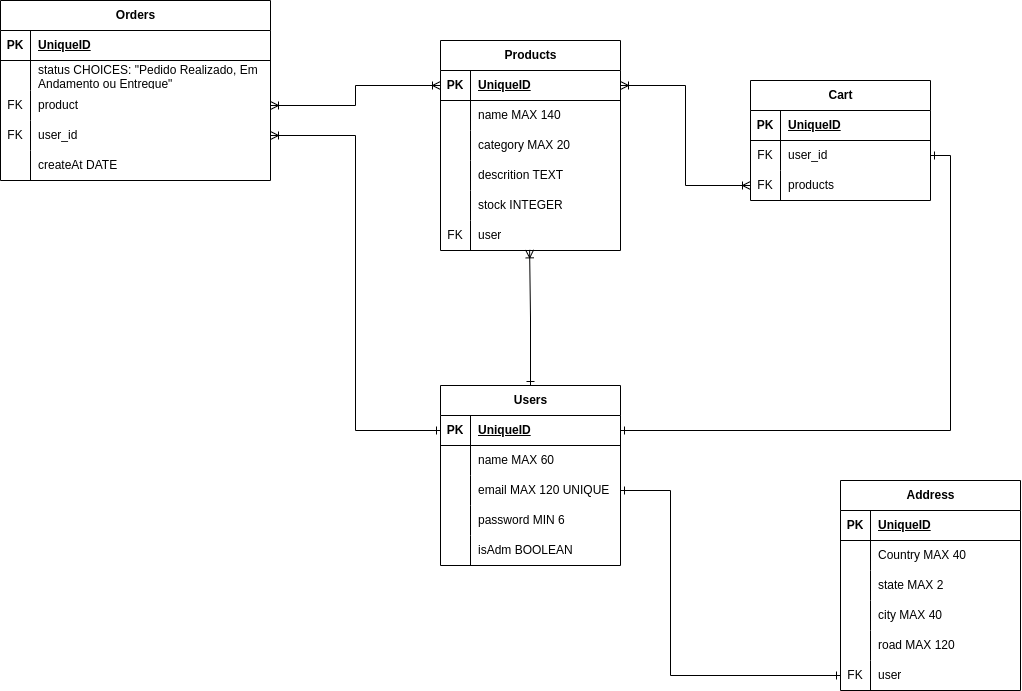
Earlier version of the draw.io export Kenzie_Commerce.png (KenzieCommerce-m5-g12/kc-project). Source tidied: cells renumbered, new cells last; positions are measured from the earlier drawing's top-left corner, leaving out a move shared by most shapes.
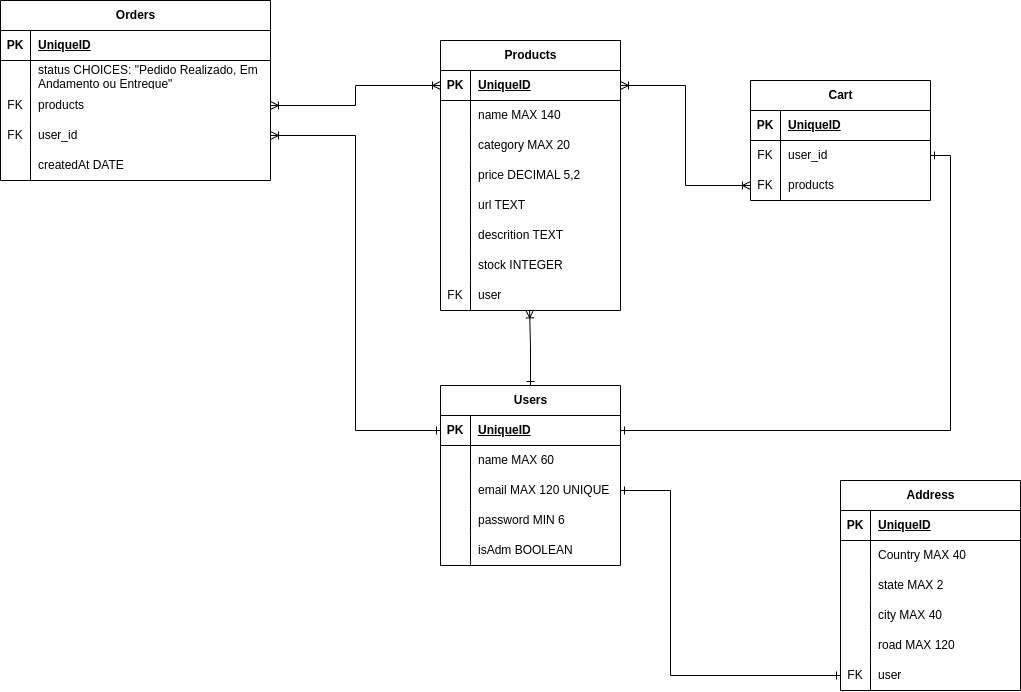
Later version of the same file.

Commit message:
feat: returns and requests

What changed in the source:
```diff
@@ -80,7 +80,7 @@
     <mxCell id="27" value="FK" style="shape=partialRectangle;fillColor=none;top=0;left=0;bottom=0;right=0;overflow=hidden;whiteSpace=wrap;html=1;" parent="26" vertex="1">
       <mxGeometry width="30" height="30" as="geometry" />
     </mxCell>
-    <mxCell id="28" value="product" style="shape=partialRectangle;fillColor=none;top=0;left=0;bottom=0;right=0;align=left;spacingLeft=6;overflow=hidden;whiteSpace=wrap;html=1;" parent="26" vertex="1">
+    <mxCell id="28" value="products" style="shape=partialRectangle;fillColor=none;top=0;left=0;bottom=0;right=0;align=left;spacingLeft=6;overflow=hidden;whiteSpace=wrap;html=1;" parent="26" vertex="1">
       <mxGeometry x="30" width="240" height="30" as="geometry" />
     </mxCell>
     <mxCell id="29" style="shape=tableRow;horizontal=0;startSize=0;swimlaneHead=0;swimlaneBody=0;fillColor=none;points=[[0,0.5],[1,0.5]];portConstraint=eastwest;top=0;left=0;right=0;bottom=0;" parent="19" vertex="1">
@@ -98,14 +98,14 @@
     <mxCell id="33" style="shape=partialRectangle;fillColor=none;top=0;left=0;bottom=0;right=0;overflow=hidden;whiteSpace=wrap;html=1;" parent="32" vertex="1">
       <mxGeometry width="30" height="30" as="geometry" />
     </mxCell>
-    <mxCell id="34" value="createAt DATE" style="shape=partialRectangle;fillColor=none;top=0;left=0;bottom=0;right=0;align=left;spacingLeft=6;overflow=hidden;whiteSpace=wrap;html=1;" parent="32" vertex="1">
+    <mxCell id="34" value="createdAt DATE" style="shape=partialRectangle;fillColor=none;top=0;left=0;bottom=0;right=0;align=left;spacingLeft=6;overflow=hidden;whiteSpace=wrap;html=1;" parent="32" vertex="1">
       <mxGeometry x="30" width="240" height="30" as="geometry" />
     </mxCell>
     <mxCell id="35" style="edgeStyle=orthogonalEdgeStyle;rounded=0;jettySize=auto;html=1;endArrow=ERone;endFill=0;startArrow=ERoneToMany;startFill=0;" parent="1" edge="1" source="29" target="4">
       <mxGeometry relative="1" as="geometry" />
     </mxCell>
     <mxCell id="36" value="Products" style="shape=table;startSize=30;rowLines=0;fontStyle=1;align=center;html=1;" parent="1" vertex="1">
-      <mxGeometry x="440" y="40" width="180" height="210" as="geometry" />
+      <mxGeometry x="440" y="40" width="180" height="270" as="geometry" />
     </mxCell>
     <mxCell id="37" style="shape=tableRow;horizontal=0;startSize=0;swimlaneHead=0;swimlaneBody=0;fillColor=none;points=[[0,0.5],[1,0.5]];portConstraint=eastwest;top=0;left=0;right=0;bottom=1;" parent="36" vertex="1">
       <mxGeometry y="30" width="180" height="30" as="geometry" />
@@ -134,8 +134,26 @@
     <mxCell id="45" value="category MAX 20" style="shape=partialRectangle;fillColor=none;top=0;left=0;bottom=0;right=0;align=left;spacingLeft=6;overflow=hidden;whiteSpace=wrap;html=1;" parent="43" vertex="1">
       <mxGeometry x="30" width="150" height="30" as="geometry" />
     </mxCell>
+    <mxCell id="88" style="shape=tableRow;horizontal=0;startSize=0;swimlaneHead=0;swimlaneBody=0;fillColor=none;top=0;left=0;right=0;bottom=0;" parent="36" vertex="1">
+      <mxGeometry y="120" width="180" height="30" as="geometry" />
+    </mxCell>
+    <mxCell id="89" style="shape=partialRectangle;fillColor=none;top=0;left=0;bottom=0;right=0;overflow=hidden;whiteSpace=wrap;html=1;" parent="88" vertex="1">
+      <mxGeometry width="30" height="30" as="geometry" />
+    </mxCell>
+    <mxCell id="90" value="price DECIMAL 5,2" style="shape=partialRectangle;fillColor=none;top=0;left=0;bottom=0;right=0;align=left;spacingLeft=6;overflow=hidden;whiteSpace=wrap;html=1;" parent="88" vertex="1">
+      <mxGeometry x="30" width="150" height="30" as="geometry" />
+    </mxCell>
+    <mxCell id="91" style="shape=tableRow;horizontal=0;startSize=0;swimlaneHead=0;swimlaneBody=0;fillColor=none;top=0;left=0;right=0;bottom=0;" parent="36" vertex="1">
+      <mxGeometry y="150" width="180" height="30" as="geometry" />
+    </mxCell>
+    <mxCell id="92" style="shape=partialRectangle;fillColor=none;top=0;left=0;bottom=0;right=0;overflow=hidden;whiteSpace=wrap;html=1;" parent="91" vertex="1">
+      <mxGeometry width="30" height="30" as="geometry" />
+    </mxCell>
+    <mxCell id="93" value="url TEXT" style="shape=partialRectangle;fillColor=none;top=0;left=0;bottom=0;right=0;align=left;spacingLeft=6;overflow=hidden;whiteSpace=wrap;html=1;" parent="91" vertex="1">
+      <mxGeometry x="30" width="150" height="30" as="geometry" />
+    </mxCell>
     <mxCell id="46" style="shape=tableRow;horizontal=0;startSize=0;swimlaneHead=0;swimlaneBody=0;fillColor=none;top=0;left=0;right=0;bottom=0;" parent="36" vertex="1">
-      <mxGeometry y="120" width="180" height="30" as="geometry" />
+      <mxGeometry y="180" width="180" height="30" as="geometry" />
     </mxCell>
     <mxCell id="47" style="shape=partialRectangle;fillColor=none;top=0;left=0;bottom=0;right=0;overflow=hidden;whiteSpace=wrap;html=1;" parent="46" vertex="1">
       <mxGeometry width="30" height="30" as="geometry" />
@@ -144,7 +162,7 @@
       <mxGeometry x="30" width="150" height="30" as="geometry" />
     </mxCell>
     <mxCell id="49" style="shape=tableRow;horizontal=0;startSize=0;swimlaneHead=0;swimlaneBody=0;fillColor=none;top=0;left=0;right=0;bottom=0;" parent="36" vertex="1">
-      <mxGeometry y="150" width="180" height="30" as="geometry" />
+      <mxGeometry y="210" width="180" height="30" as="geometry" />
     </mxCell>
     <mxCell id="50" style="shape=partialRectangle;fillColor=none;top=0;left=0;bottom=0;right=0;overflow=hidden;whiteSpace=wrap;html=1;" parent="49" vertex="1">
       <mxGeometry width="30" height="30" as="geometry" />
@@ -153,7 +171,7 @@
       <mxGeometry x="30" width="150" height="30" as="geometry" />
     </mxCell>
     <mxCell id="52" style="shape=tableRow;horizontal=0;startSize=0;swimlaneHead=0;swimlaneBody=0;fillColor=none;points=[[0,0.5],[1,0.5]];portConstraint=eastwest;top=0;left=0;right=0;bottom=0;" parent="36" vertex="1">
-      <mxGeometry y="180" width="180" height="30" as="geometry" />
+      <mxGeometry y="240" width="180" height="30" as="geometry" />
     </mxCell>
     <mxCell id="53" value="FK" style="shape=partialRectangle;fillColor=none;top=0;left=0;bottom=0;right=0;overflow=hidden;whiteSpace=wrap;html=1;" parent="52" vertex="1">
       <mxGeometry width="30" height="30" as="geometry" />
```
